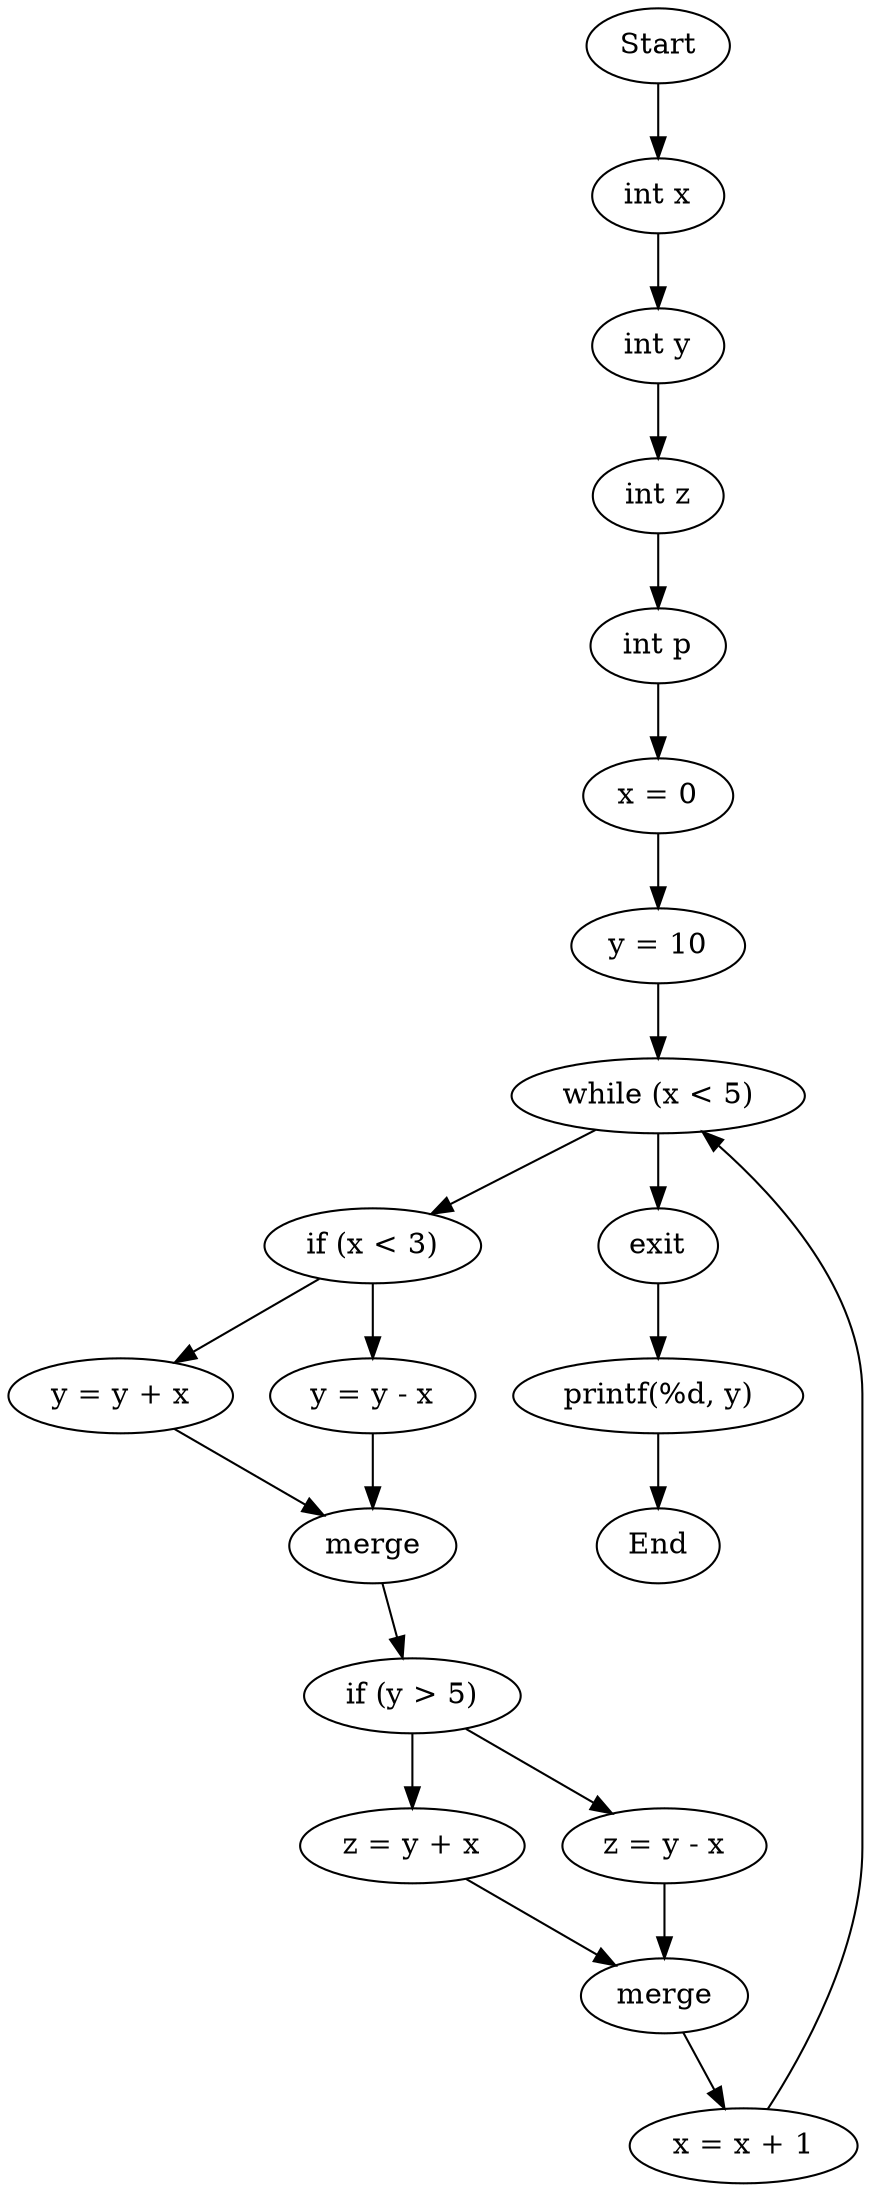
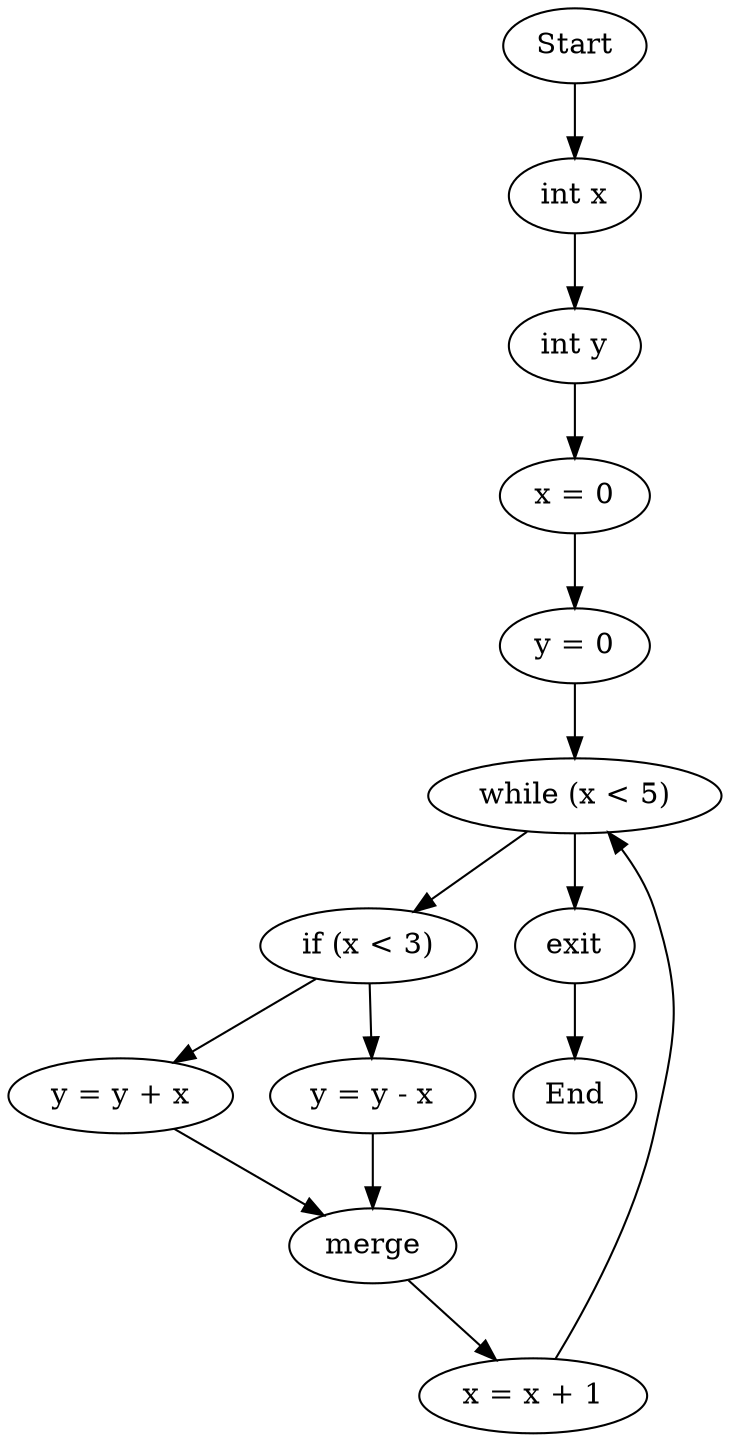
digraph CFG {
0 [label="Start"];
0 -> 1;
1 [label="int x"];
1 -> 2;
2 [label="int y"];
2 -> 3;
- 3 [label="int z"];
+ 3 [label="x = 0"];
3 -> 4;
- 4 [label="int p"];
+ 4 [label="y = 0"];
4 -> 5;
- 5 [label="x = 0"];
+ 5 [label="while (x < 5)"];
5 -> 6;
- 6 [label="y = 10"];
+ 6 [label="if (x < 3)"];
6 -> 7;
- 7 [label="while (x < 5)"];
- 7 -> 8;
- 8 [label="if (x < 3)"];
+ 7 [label="y = y + x"];
+ 7 -> 9;
+ 9 [label="merge"];
+ 9 -> 10;
+ 10 [label="x = x + 1"];
+ 10 -> 5;
+ 6 -> 8;
+ 8 [label="y = y - x"];
8 -> 9;
- 9 [label="y = y + x"];
- 9 -> 11;
- 11 [label="merge"];
+ 5 -> 11;
+ 11 [label="exit"];
11 -> 12;
- 12 [label="if (y > 5)"];
- 12 -> 13;
- 13 [label="z = y + x"];
- 13 -> 15;
- 15 [label="merge"];
- 15 -> 16;
- 16 [label="x = x + 1"];
- 16 -> 7;
- 12 -> 14;
- 14 [label="z = y - x"];
- 14 -> 15;
- 8 -> 10;
- 10 [label="y = y - x"];
- 10 -> 11;
- 7 -> 17;
- 17 [label="exit"];
- 17 -> 18;
- 18 [label="printf(%d, y)"];
- 18 -> 19;
- 19 [label="End"];
+ 12 [label="End"];
}
